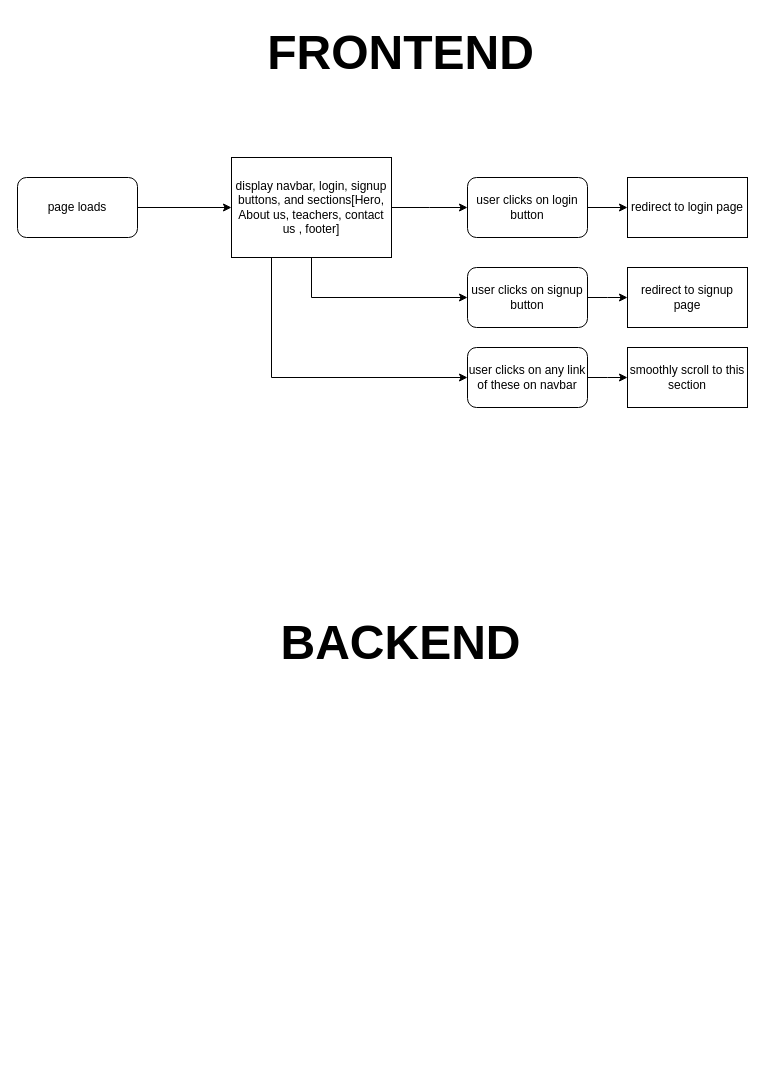
The draw.io diagram system_design_flowchart.drawio in MahmoudKhalid22/Tahfeeth, before the edit. Source tidied: cells renumbered, new cells numbered last; positions are measured from the earlier drawing's top-left corner, leaving out a move shared by most shapes. Both pictures are drawn from the tidied source at 100%, with x=0, y=0 at pixel (17, 17).
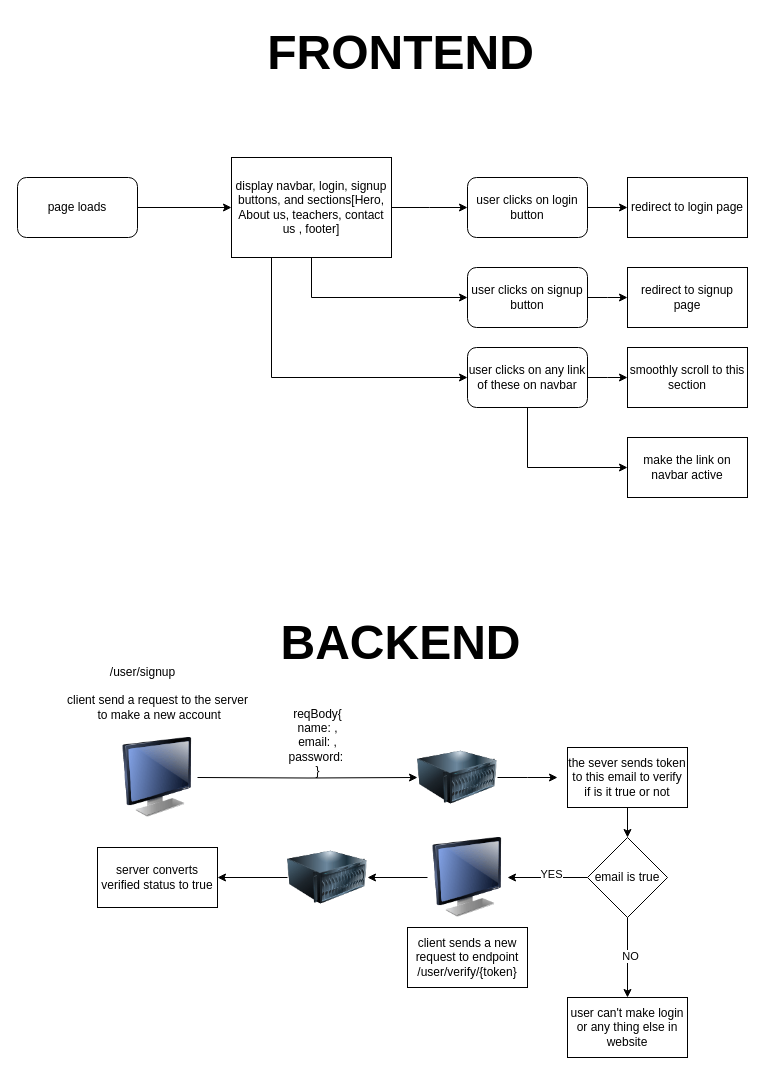
Above is the later version.

The change refers to these unchanged cells:
```xml
<mxCell id="15" value="user clicks on any link of these on navbar" style="rounded=1;whiteSpace=wrap;html=1;" parent="1" vertex="1">
  <mxGeometry x="450" y="330" width="120" height="60" as="geometry" />
</mxCell>
```

Diff of the diagram source:
```diff
@@
+    <mxCell id="19" style="edgeStyle=orthogonalEdgeStyle;rounded=0;jettySize=auto;html=1;exitX=0.5;exitY=1;exitDx=0;exitDy=0;entryX=0;entryY=0.5;entryDx=0;entryDy=0;" parent="1" edge="1" source="15" target="20">
+      <mxGeometry relative="1" as="geometry" />
+    </mxCell>
@@
+    <mxCell id="20" value="make the link on navbar active" style="rounded=0;whiteSpace=wrap;html=1;" parent="1" vertex="1">
+      <mxGeometry x="610" y="420" width="120" height="60" as="geometry" />
+    </mxCell>
+    <mxCell id="21" style="edgeStyle=orthogonalEdgeStyle;rounded=0;jettySize=auto;html=1;" parent="1" edge="1" source="22">
+      <mxGeometry relative="1" as="geometry">
+        <mxPoint x="540" y="760" as="targetPoint" />
+      </mxGeometry>
+    </mxCell>
+    <mxCell id="22" style="image;html=1;image=img/lib/clip_art/computers/Server_128x128.png;" parent="1" vertex="1">
+      <mxGeometry x="400" y="720" width="80" height="80" as="geometry" />
+    </mxCell>
+    <mxCell id="23" style="edgeStyle=orthogonalEdgeStyle;rounded=0;jettySize=auto;html=1;entryX=0;entryY=0.5;entryDx=0;entryDy=0;" parent="1" edge="1" target="22">
+      <mxGeometry relative="1" as="geometry">
+        <mxPoint x="180" y="760" as="sourcePoint" />
+      </mxGeometry>
+    </mxCell>
+    <mxCell id="24" style="image;html=1;image=img/lib/clip_art/computers/Monitor_128x128.png;" parent="1" vertex="1">
+      <mxGeometry x="100" y="720" width="80" height="80" as="geometry" />
+    </mxCell>
+    <mxCell id="25" value="client send a request to the server&lt;br&gt;&amp;nbsp;to make a new account" style="text;html=1;align=center;verticalAlign=middle;strokeColor=none;fillColor=none;" parent="1" vertex="1">
+      <mxGeometry x="40" y="670" width="200" height="40" as="geometry" />
+    </mxCell>
+    <mxCell id="26" value="reqBody{&lt;br&gt;name: ,&lt;br&gt;email: ,&lt;br&gt;password:&amp;nbsp;&lt;br&gt;}" style="text;html=1;align=center;verticalAlign=middle;strokeColor=none;fillColor=none;" parent="1" vertex="1">
+      <mxGeometry x="260" y="680" width="80" height="90" as="geometry" />
+    </mxCell>
+    <mxCell id="27" style="edgeStyle=orthogonalEdgeStyle;rounded=0;jettySize=auto;html=1;exitX=0.5;exitY=1;exitDx=0;exitDy=0;entryX=0.5;entryY=0;entryDx=0;entryDy=0;" parent="1" edge="1" source="28" target="33">
+      <mxGeometry relative="1" as="geometry" />
+    </mxCell>
+    <mxCell id="28" value="the sever sends token to this email to verify if is it true or not" style="rounded=0;whiteSpace=wrap;html=1;" parent="1" vertex="1">
+      <mxGeometry x="550" y="730" width="120" height="60" as="geometry" />
+    </mxCell>
+    <mxCell id="29" style="edgeStyle=orthogonalEdgeStyle;rounded=0;jettySize=auto;html=1;exitX=0;exitY=0.5;exitDx=0;exitDy=0;" parent="1" edge="1" source="33">
+      <mxGeometry relative="1" as="geometry">
+        <mxPoint x="490" y="860" as="targetPoint" />
+      </mxGeometry>
+    </mxCell>
+    <mxCell id="30" value="YES" style="edgeLabel;html=1;align=center;verticalAlign=middle;" parent="29" vertex="1">
+      <mxGeometry x="-0.08" y="-4" relative="1" as="geometry" />
+    </mxCell>
+    <mxCell id="31" style="edgeStyle=orthogonalEdgeStyle;rounded=0;jettySize=auto;html=1;exitX=0.5;exitY=1;exitDx=0;exitDy=0;" parent="1" edge="1" source="33">
+      <mxGeometry relative="1" as="geometry">
+        <mxPoint x="610" y="980" as="targetPoint" />
+      </mxGeometry>
+    </mxCell>
+    <mxCell id="32" value="NO" style="edgeLabel;html=1;align=center;verticalAlign=middle;" parent="31" vertex="1">
+      <mxGeometry x="-0.06" y="2" relative="1" as="geometry" />
+    </mxCell>
+    <mxCell id="33" value="email is true" style="rhombus;whiteSpace=wrap;html=1;" parent="1" vertex="1">
+      <mxGeometry x="570" y="820" width="80" height="80" as="geometry" />
+    </mxCell>
+    <mxCell id="34" value="client sends a new request to endpoint /user/verify/{token}" style="rounded=0;whiteSpace=wrap;html=1;" parent="1" vertex="1">
+      <mxGeometry x="390" y="910" width="120" height="60" as="geometry" />
+    </mxCell>
+    <mxCell id="35" value="/user/signup" style="text;html=1;align=center;verticalAlign=middle;strokeColor=none;fillColor=none;" parent="1" vertex="1">
+      <mxGeometry x="80" y="640" width="90" height="30" as="geometry" />
+    </mxCell>
+    <mxCell id="36" style="edgeStyle=orthogonalEdgeStyle;rounded=0;jettySize=auto;html=1;exitX=0;exitY=0.5;exitDx=0;exitDy=0;entryX=1;entryY=0.5;entryDx=0;entryDy=0;" parent="1" edge="1" source="37" target="39">
+      <mxGeometry relative="1" as="geometry" />
+    </mxCell>
+    <mxCell id="37" style="image;html=1;image=img/lib/clip_art/computers/Monitor_128x128.png;" parent="1" vertex="1">
+      <mxGeometry x="410" y="820" width="80" height="80" as="geometry" />
+    </mxCell>
+    <mxCell id="38" style="edgeStyle=orthogonalEdgeStyle;rounded=0;jettySize=auto;html=1;exitX=0;exitY=0.5;exitDx=0;exitDy=0;" parent="1" edge="1" source="39">
+      <mxGeometry relative="1" as="geometry">
+        <mxPoint x="200" y="860" as="targetPoint" />
+      </mxGeometry>
+    </mxCell>
+    <mxCell id="39" style="image;html=1;image=img/lib/clip_art/computers/Server_128x128.png;" parent="1" vertex="1">
+      <mxGeometry x="270" y="820" width="80" height="80" as="geometry" />
+    </mxCell>
+    <mxCell id="40" value="server converts verified status to true" style="rounded=0;whiteSpace=wrap;html=1;" parent="1" vertex="1">
+      <mxGeometry x="80" y="830" width="120" height="60" as="geometry" />
+    </mxCell>
+    <mxCell id="41" value="user can't make login or any thing else in website" style="rounded=0;whiteSpace=wrap;html=1;" parent="1" vertex="1">
+      <mxGeometry x="550" y="980" width="120" height="60" as="geometry" />
+    </mxCell>
```
